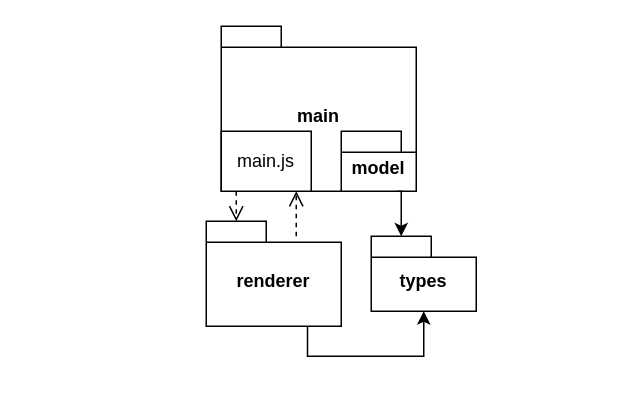
This is doc/package.drawio from zezosarg/bibliography-manager, a draw.io file, before an edit. Source tidied: cells renumbered, new cells numbered last; positions are measured from the earlier drawing's top-left corner, leaving out a move shared by most shapes. Both pictures are drawn from the tidied source at 150%, with x=0, y=0 at pixel (206, 26).
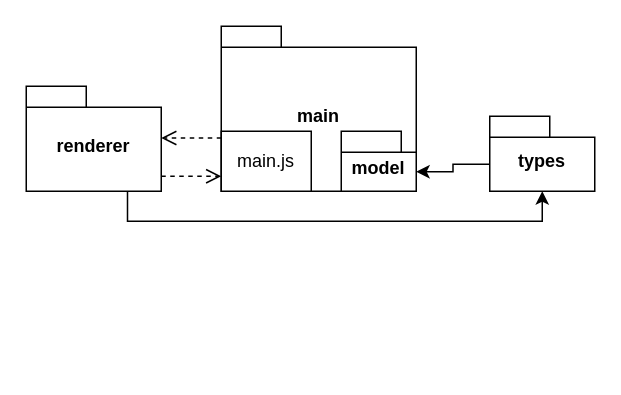
Above is the later version.

Change to the diagram source:
```diff
@@
 <mxGraphModel>
   <root>
     <mxCell id="0" />
     <mxCell id="1" parent="0" />
     <mxCell id="2" value="main" style="shape=folder;fontStyle=1;spacingTop=10;tabWidth=40;tabHeight=14;tabPosition=left;html=1;whiteSpace=wrap;" parent="1" vertex="1">
       <mxGeometry x="10" width="130" height="110" as="geometry" />
     </mxCell>
     <mxCell id="3" value="&lt;div&gt;renderer&lt;/div&gt;" style="shape=folder;fontStyle=1;spacingTop=10;tabWidth=40;tabHeight=14;tabPosition=left;html=1;whiteSpace=wrap;" parent="1" vertex="1">
-      <mxGeometry y="130" width="90" height="70" as="geometry" />
+      <mxGeometry x="-120" y="40" width="90" height="70" as="geometry" />
     </mxCell>
     <mxCell id="4" value="types" style="shape=folder;fontStyle=1;spacingTop=10;tabWidth=40;tabHeight=14;tabPosition=left;html=1;whiteSpace=wrap;" parent="1" vertex="1">
-      <mxGeometry x="110" y="140" width="70" height="50" as="geometry" />
+      <mxGeometry x="189" y="60" width="70" height="50" as="geometry" />
     </mxCell>
     <mxCell id="5" value="&lt;div&gt;main.js&lt;/div&gt;" style="html=1;whiteSpace=wrap;" parent="1" vertex="1">
       <mxGeometry x="10" y="70" width="60" height="40" as="geometry" />
     </mxCell>
     <mxCell id="6" style="edgeStyle=orthogonalEdgeStyle;rounded=0;jettySize=auto;html=1;exitX=0.75;exitY=1;exitDx=0;exitDy=0;exitPerimeter=0;entryX=0.5;entryY=1;entryDx=0;entryDy=0;entryPerimeter=0;" parent="1" edge="1" source="3" target="4">
       <mxGeometry relative="1" as="geometry" />
     </mxCell>
-    <mxCell id="7" style="html=1;verticalAlign=bottom;endArrow=open;dashed=1;endSize=8;curved=0;rounded=0;" parent="1" edge="1">
-      <mxGeometry relative="1" as="geometry">
-        <mxPoint x="60" y="140" as="sourcePoint" />
-        <mxPoint x="60" y="110" as="targetPoint" />
-      </mxGeometry>
-    </mxCell>
-    <mxCell id="8" style="html=1;verticalAlign=bottom;endArrow=open;dashed=1;endSize=8;curved=0;rounded=0;" parent="1" edge="1">
-      <mxGeometry relative="1" as="geometry">
-        <mxPoint x="20" y="110" as="sourcePoint" />
-        <mxPoint x="20" y="130" as="targetPoint" />
-      </mxGeometry>
-    </mxCell>
     <mxCell id="9" value="model" style="shape=folder;fontStyle=1;spacingTop=10;tabWidth=40;tabHeight=14;tabPosition=left;html=1;whiteSpace=wrap;" parent="1" vertex="1">
       <mxGeometry x="90" y="70" width="50" height="40" as="geometry" />
     </mxCell>
-    <mxCell id="10" style="edgeStyle=orthogonalEdgeStyle;rounded=0;jettySize=auto;html=1;exitX=0.75;exitY=1;exitDx=0;exitDy=0;exitPerimeter=0;entryX=0;entryY=0;entryDx=20;entryDy=0;entryPerimeter=0;" parent="1" edge="1" source="9" target="4">
-      <mxGeometry relative="1" as="geometry" />
-    </mxCell>
+    <mxCell id="11" style="html=1;verticalAlign=bottom;endArrow=open;dashed=1;endSize=8;curved=0;rounded=0;exitX=0;exitY=0;exitDx=90;exitDy=42;exitPerimeter=0;" parent="1" edge="1">
+      <mxGeometry relative="1" as="geometry">
+        <mxPoint x="-30" y="100" as="sourcePoint" />
+        <mxPoint x="10" y="100" as="targetPoint" />
+      </mxGeometry>
+    </mxCell>
+    <mxCell id="12" style="html=1;verticalAlign=bottom;endArrow=open;dashed=1;endSize=8;curved=0;rounded=0;" parent="1" edge="1">
+      <mxGeometry relative="1" as="geometry">
+        <mxPoint x="10" y="74.5" as="sourcePoint" />
+        <mxPoint x="-30" y="74.5" as="targetPoint" />
+      </mxGeometry>
+    </mxCell>
+    <mxCell id="13" style="edgeStyle=orthogonalEdgeStyle;rounded=0;jettySize=auto;html=1;exitX=0;exitY=0;exitDx=0;exitDy=32;exitPerimeter=0;entryX=0;entryY=0;entryDx=50;entryDy=27;entryPerimeter=0;" parent="1" edge="1" source="4" target="9">
+      <mxGeometry relative="1" as="geometry" />
+    </mxCell>
   </root>
 </mxGraphModel>
```
